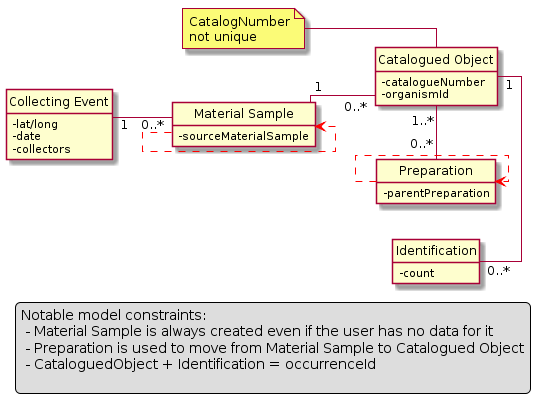
Earlier version of the PlantUML export documentation/collectionDataModel.png (DINA-Web/collection-specs).
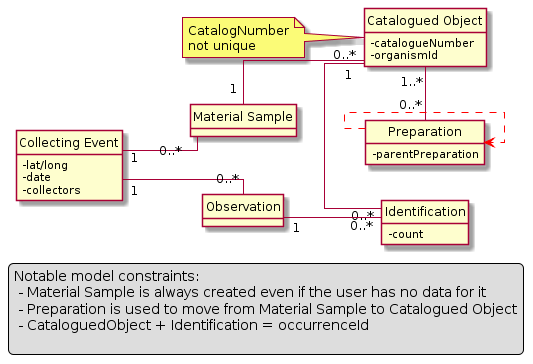
The same file after the commit.

What changed in the source:
```diff
@@ -13,7 +13,9 @@
 }
 
 class "Material Sample" as ms {
--sourceMaterialSample
+}
+
+class "Observation" as obs {
 }
 
 skinparam linetype spline
@@ -34,13 +36,14 @@
 }
 
 ce "1 " -- "0..*" ms
+ce "1 " -- "0..*" obs
 ms "1 " -- "0..*" co
 skinparam linetype ortho
 co "1 " - "0..*" identification
 co "1..*" - "0..*" preparation
 co -up-> NU
-ms  -[#red,dashed]-> ms
 preparation -[#red,dashed]-> preparation
+obs "1 " -- "0..*" identification
 
 legend right
 Notable model constraints:
```
